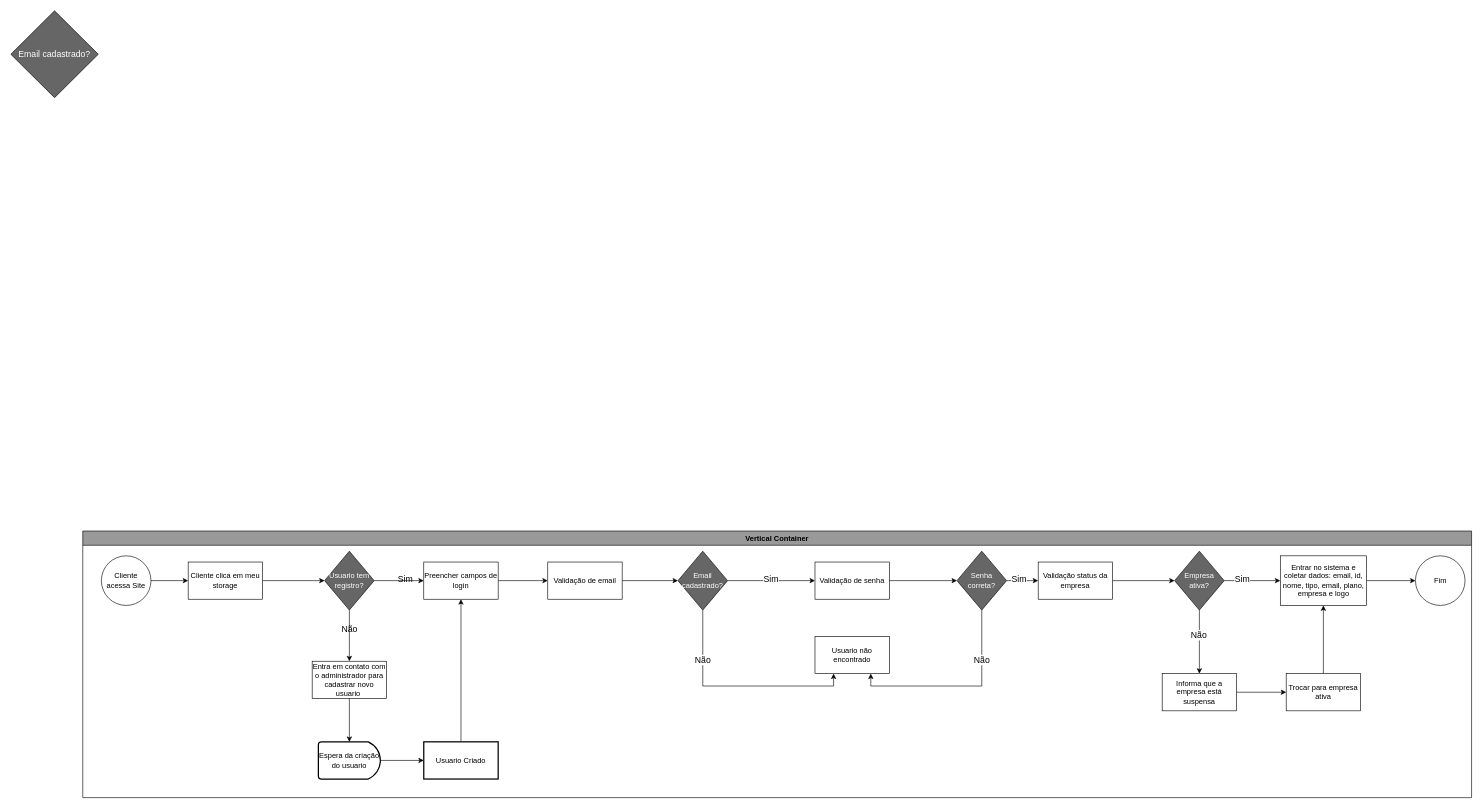
The draw.io diagram page "Login cliente" (6 of 7) of fluxogramas/YS-Fluxo.drawio in eothigas/YS_Storage, before the edit. Source tidied: cells renumbered, new cells numbered last; positions are measured from the earlier drawing's top-left corner, leaving out a move shared by most shapes. Both pictures are drawn from the tidied source at 62%, with x=0, y=0 at pixel (11, 11).
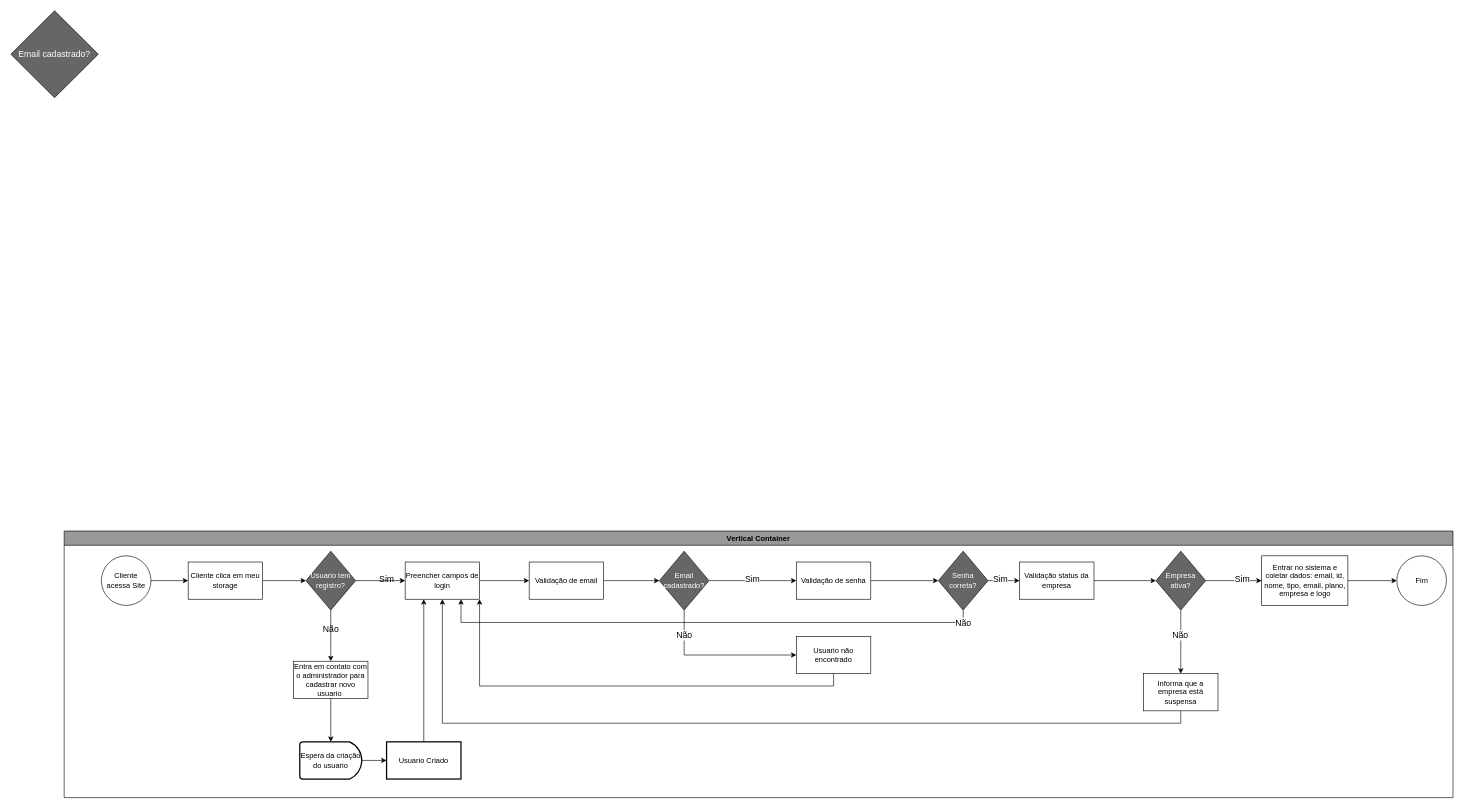
Above is the later version.

The change refers to these unchanged cells:
```xml
<mxCell id="14" value="Preencher campos de login" style="whiteSpace=wrap;html=1;" parent="6" vertex="1">
  <mxGeometry x="550" y="50" width="120" height="60" as="geometry" />
</mxCell>
<mxCell id="21" value="Usuario não encontrado" style="whiteSpace=wrap;html=1;" parent="6" vertex="1">
  <mxGeometry x="1181" y="170" width="120" height="60" as="geometry" />
</mxCell>
<mxCell id="34" value="&lt;font color=&quot;#ffffff&quot;&gt;Email cadastrado?&lt;/font&gt;" style="rhombus;whiteSpace=wrap;html=1;fillColor=#666666;" parent="6" vertex="1">
  <mxGeometry x="960" y="32.5" width="80" height="95" as="geometry" />
</mxCell>
<mxCell id="35" value="&lt;font color=&quot;#ffffff&quot;&gt;Senha correta?&lt;/font&gt;" style="rhombus;whiteSpace=wrap;html=1;fillColor=#666666;" parent="6" vertex="1">
  <mxGeometry x="1410" y="32.5" width="80" height="95" as="geometry" />
</mxCell>
<mxCell id="41" value="Entrar no sistema e coletar dados: email, id, nome, tipo, email, plano, empresa e logo" style="whiteSpace=wrap;html=1;" parent="6" vertex="1">
  <mxGeometry x="1931.5" y="40" width="139" height="80" as="geometry" />
</mxCell>
<mxCell id="44" value="Informa que a empresa está suspensa" style="rounded=0;whiteSpace=wrap;html=1;" parent="6" vertex="1">
  <mxGeometry x="1741" y="230" width="120" height="60" as="geometry" />
</mxCell>
```

What changed in the source:
```diff
@@
     <mxCell id="6" value="Vertical Container" style="swimlane;whiteSpace=wrap;html=1;fillColor=#999999;" parent="1" vertex="1">
-      <mxGeometry x="116" y="839" width="2240" height="430" as="geometry" />
+      <mxGeometry x="86" y="839" width="2240" height="430" as="geometry" />
     </mxCell>
@@
-    <mxCell id="11" style="edgeStyle=orthogonalEdgeStyle;rounded=0;jettySize=auto;html=1;exitX=0.5;exitY=0;exitDx=0;exitDy=0;entryX=0.5;entryY=1;entryDx=0;entryDy=0;" parent="6" edge="1" source="12" target="14">
+    <mxCell id="11" style="edgeStyle=orthogonalEdgeStyle;rounded=0;jettySize=auto;html=1;exitX=0.5;exitY=0;exitDx=0;exitDy=0;entryX=0.25;entryY=1;entryDx=0;entryDy=0;" parent="6" edge="1" source="12" target="14">
       <mxGeometry relative="1" as="geometry" />
     </mxCell>
     <mxCell id="12" value="Usuario Criado" style="whiteSpace=wrap;html=1;strokeWidth=2;" parent="6" vertex="1">
-      <mxGeometry x="550" y="340" width="120" height="60" as="geometry" />
+      <mxGeometry x="520" y="340" width="120" height="60" as="geometry" />
     </mxCell>
@@
-    <mxCell id="20" style="edgeStyle=orthogonalEdgeStyle;rounded=0;jettySize=auto;html=1;exitX=0.5;exitY=1;exitDx=0;exitDy=0;entryX=0.25;entryY=1;entryDx=0;entryDy=0;" parent="6" edge="1" source="34" target="21">
+    <mxCell id="20" style="edgeStyle=orthogonalEdgeStyle;rounded=0;jettySize=auto;html=1;exitX=0.5;exitY=1;exitDx=0;exitDy=0;entryX=0;entryY=0.5;entryDx=0;entryDy=0;" parent="6" edge="1" source="34" target="21">
       <mxGeometry relative="1" as="geometry" />
     </mxCell>
+    <mxCell id="50" style="edgeStyle=orthogonalEdgeStyle;rounded=0;jettySize=auto;html=1;exitX=0.5;exitY=1;exitDx=0;exitDy=0;entryX=1;entryY=1;entryDx=0;entryDy=0;" parent="6" edge="1" source="21" target="14">
+      <mxGeometry relative="1" as="geometry" />
+    </mxCell>
@@
     <mxCell id="22" value="&lt;font style=&quot;font-size: 14px;&quot;&gt;Não&lt;/font&gt;" style="edgeLabel;html=1;align=center;verticalAlign=middle;" parent="6" vertex="1">
-      <mxGeometry x="1010" y="210" as="geometry">
+      <mxGeometry x="1010" y="170" as="geometry">
         <mxPoint x="-11" y="-3" as="offset" />
       </mxGeometry>
     </mxCell>
@@
-    <mxCell id="26" style="edgeStyle=orthogonalEdgeStyle;rounded=0;jettySize=auto;html=1;exitX=0.5;exitY=1;exitDx=0;exitDy=0;entryX=0.75;entryY=1;entryDx=0;entryDy=0;" parent="6" edge="1" source="35" target="21">
+    <mxCell id="26" style="edgeStyle=orthogonalEdgeStyle;rounded=0;jettySize=auto;html=1;exitX=0.5;exitY=1;exitDx=0;exitDy=0;entryX=0.75;entryY=1;entryDx=0;entryDy=0;" parent="6" edge="1" source="35" target="14">
       <mxGeometry relative="1" as="geometry" />
     </mxCell>
@@
     <mxCell id="28" value="&lt;font style=&quot;font-size: 14px;&quot;&gt;Não&lt;/font&gt;" style="edgeLabel;html=1;align=center;verticalAlign=middle;" parent="6" vertex="1">
-      <mxGeometry x="1460" y="210" as="geometry">
+      <mxGeometry x="1460" y="150" as="geometry">
         <mxPoint x="-11" y="-3" as="offset" />
       </mxGeometry>
     </mxCell>
@@
-    <mxCell id="43" style="edgeStyle=orthogonalEdgeStyle;rounded=0;jettySize=auto;html=1;" parent="6" edge="1" source="44" target="47">
-      <mxGeometry relative="1" as="geometry" />
-    </mxCell>
+    <mxCell id="51" style="edgeStyle=orthogonalEdgeStyle;rounded=0;jettySize=auto;html=1;exitX=0.5;exitY=1;exitDx=0;exitDy=0;entryX=0.5;entryY=1;entryDx=0;entryDy=0;" parent="6" edge="1" source="44" target="14">
+      <mxGeometry relative="1" as="geometry" />
+    </mxCell>
@@
-    <mxCell id="46" style="edgeStyle=orthogonalEdgeStyle;rounded=0;jettySize=auto;html=1;exitX=0.5;exitY=0;exitDx=0;exitDy=0;entryX=0.5;entryY=1;entryDx=0;entryDy=0;" parent="6" edge="1" source="47" target="41">
-      <mxGeometry relative="1" as="geometry" />
-    </mxCell>
-    <mxCell id="47" value="Trocar para empresa ativa" style="whiteSpace=wrap;html=1;rounded=0;" parent="6" vertex="1">
-      <mxGeometry x="1941" y="230" width="120" height="60" as="geometry" />
-    </mxCell>
```
